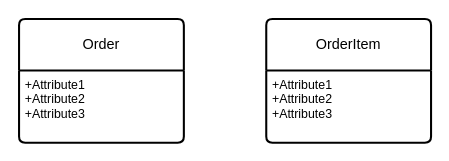
lorenzipsum/sushi-train keeps this draw.io diagram as docs/business-objects.drawio. Above is the earlier version. Source tidied: cells renumbered, new cells numbered last; positions are measured from the earlier drawing's top-left corner, leaving out a move shared by most shapes. Both pictures are drawn from the tidied source at 103%, with x=0, y=0 at pixel (19, 19).
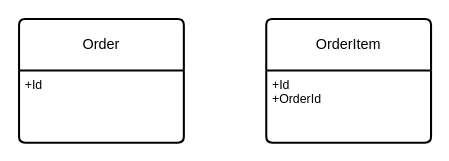
The same diagram, later.

The edit, as a diff of the source:
```diff
@@
 <mxGraphModel>
   <root>
     <mxCell id="0" />
     <mxCell id="1" parent="0" />
     <mxCell id="2" value="Order" style="swimlane;horizontal=1;startSize=50;rounded=1;fontSize=14;fontStyle=0;strokeWidth=2;shadow=0;dashed=0;align=center;arcSize=4;whiteSpace=wrap;html=1;" parent="1" vertex="1">
       <mxGeometry width="160" height="120" as="geometry" />
     </mxCell>
-    <mxCell id="3" value="+Attribute1&#10;+Attribute2&#10;+Attribute3" style="align=left;strokeColor=none;fillColor=none;spacingLeft=4;spacingRight=4;fontSize=12;verticalAlign=top;html=1;whiteSpace=wrap;" parent="2" vertex="1">
+    <mxCell id="3" value="+Id" style="align=left;strokeColor=none;fillColor=none;spacingLeft=4;spacingRight=4;fontSize=12;verticalAlign=top;html=1;whiteSpace=wrap;" parent="2" vertex="1">
       <mxGeometry y="50" width="160" height="70" as="geometry" />
     </mxCell>
     <mxCell id="4" value="OrderItem" style="swimlane;horizontal=1;startSize=50;rounded=1;fontSize=14;fontStyle=0;strokeWidth=2;shadow=0;dashed=0;align=center;arcSize=4;whiteSpace=wrap;html=1;" parent="1" vertex="1">
       <mxGeometry x="240" width="160" height="120" as="geometry" />
     </mxCell>
-    <mxCell id="5" value="+Attribute1&#10;+Attribute2&#10;+Attribute3" style="align=left;strokeColor=none;fillColor=none;spacingLeft=4;spacingRight=4;fontSize=12;verticalAlign=top;html=1;whiteSpace=wrap;" parent="4" vertex="1">
+    <mxCell id="5" value="+Id&lt;br&gt;&lt;div&gt;+OrderId&lt;/div&gt;" style="align=left;strokeColor=none;fillColor=none;spacingLeft=4;spacingRight=4;fontSize=12;verticalAlign=top;html=1;whiteSpace=wrap;" parent="4" vertex="1">
       <mxGeometry y="50" width="160" height="70" as="geometry" />
     </mxCell>
   </root>
 </mxGraphModel>
```
